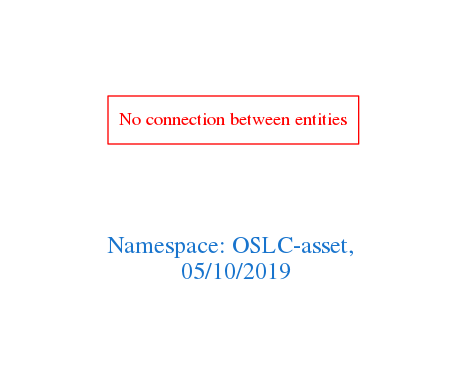
This is downloads/OSLC-asset.png from arago/OGIT, a Graphviz export, as it was before one commit. Its source is kept beside it as downloads/OSLC-asset.dot.
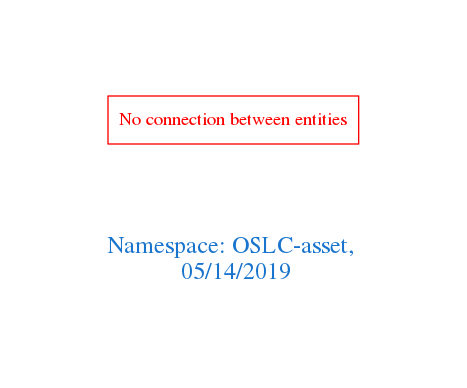
The same file after the commit.

The edit, as a diff of the source:
```diff
@@ -1,7 +1,7 @@
 digraph OGIT_ontology {
  graph [ rankdir= LR,pad=1
 fontsize = 18,
-fontcolor= dodgerblue3,label = "\n\n\nNamespace: OSLC-asset, \n 05/10/2019"];
+fontcolor= dodgerblue3,label = "\n\n\nNamespace: OSLC-asset, \n 05/14/2019"];
 node[shape=polygon];
 edge [  color="gray81"];
 
```
